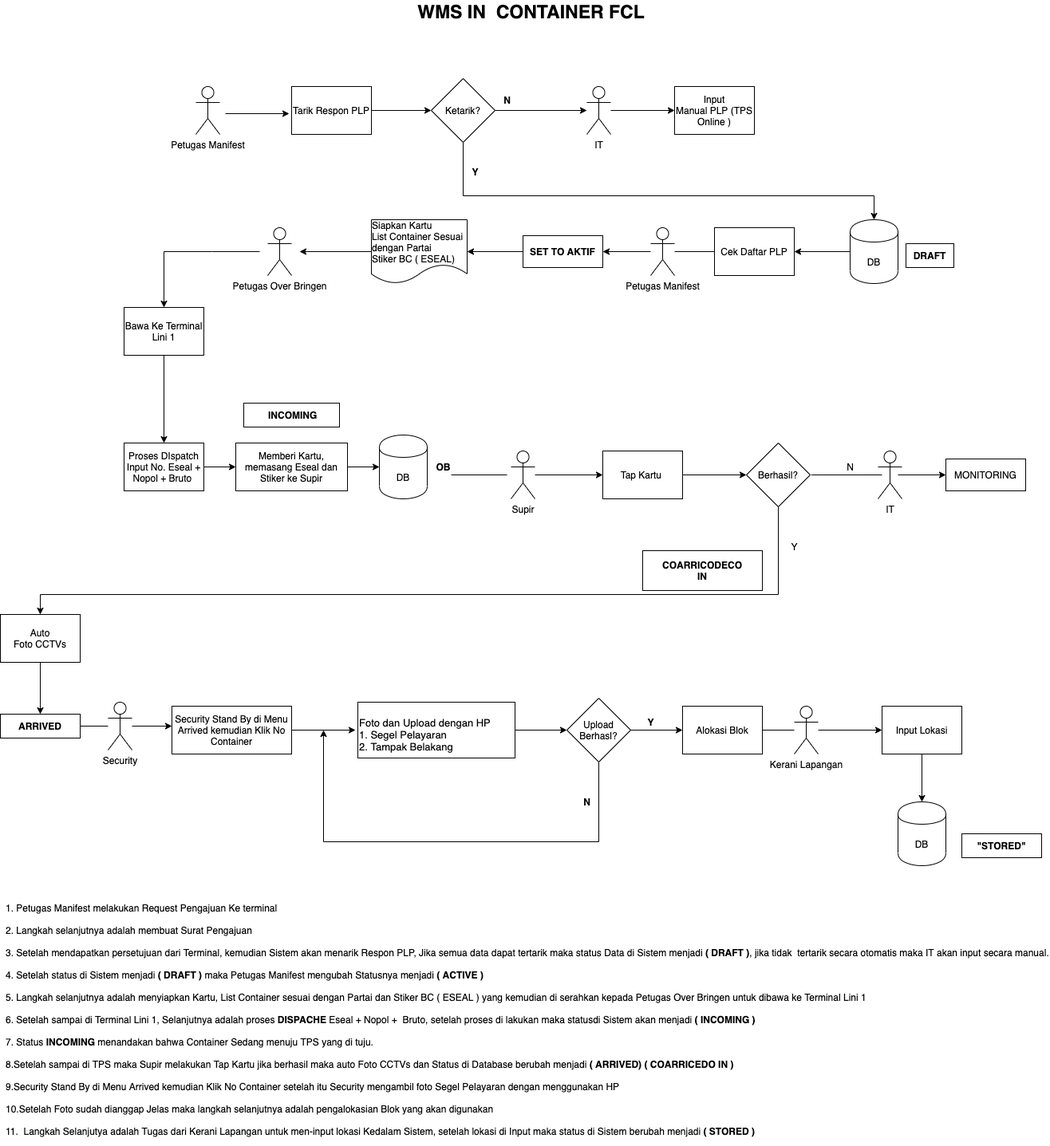
Above: img/fclin.png in sftmm/User-Manual (draw.io), before the change. Source tidied: cells renumbered, new cells last; positions are measured from the earlier drawing's top-left corner, leaving out a move shared by most shapes.
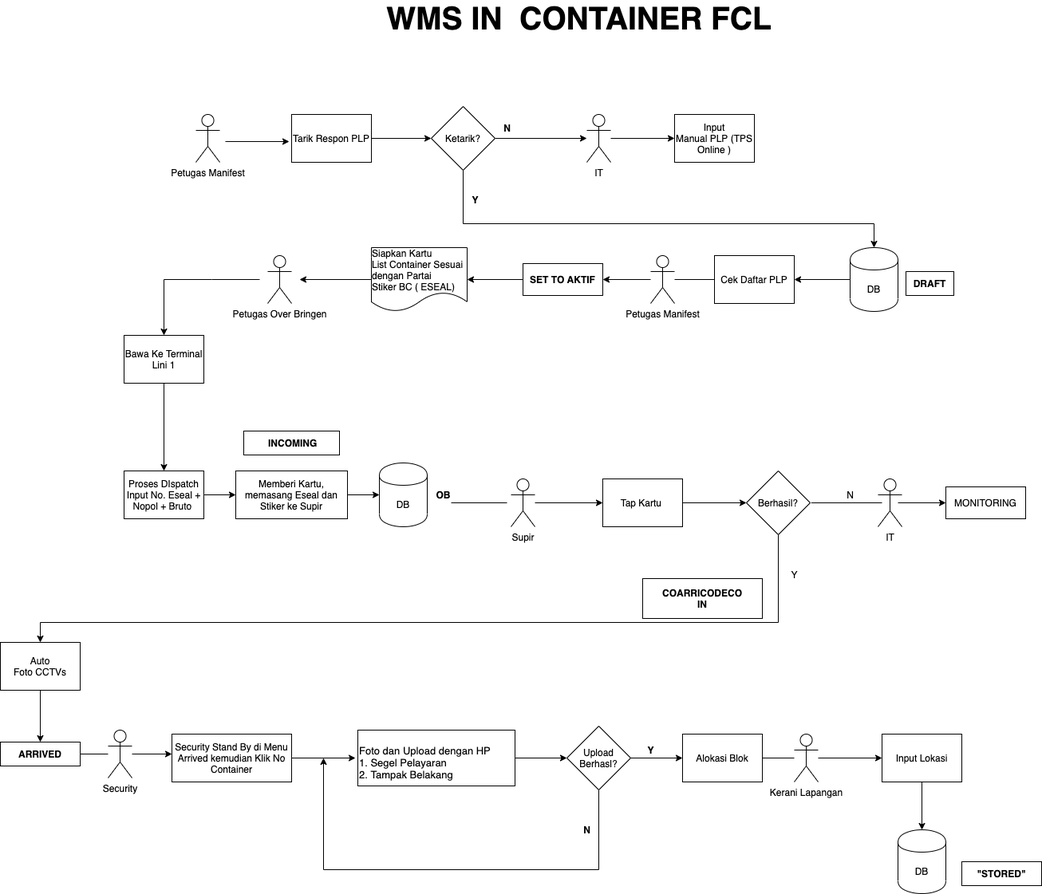
The same file after the commit.

The edit, as a diff of the source:
```diff
@@ -178,8 +178,8 @@
     <mxCell id="47" value="IT" style="shape=umlActor;verticalLabelPosition=bottom;labelBackgroundColor=#ffffff;verticalAlign=top;html=1;outlineConnect=0;" parent="1" vertex="1">
       <mxGeometry x="735" y="108" width="30" height="60" as="geometry" />
     </mxCell>
-    <mxCell id="48" value="&lt;b style=&quot;font-size: 23px&quot;&gt;&lt;font style=&quot;font-size: 23px&quot;&gt;WMS IN&amp;nbsp; CONTAINER FCL&lt;/font&gt;&lt;/b&gt;" style="text;html=1;align=center;verticalAlign=middle;fontSize=23;" parent="1" vertex="1">
-      <mxGeometry x="515" width="300" height="30" as="geometry" />
+    <mxCell id="48" value="&lt;b&gt;&lt;font style=&quot;font-size: 39px&quot;&gt;WMS IN&amp;nbsp; CONTAINER FCL&lt;/font&gt;&lt;/b&gt;" style="text;html=1;align=center;verticalAlign=middle;fontSize=23;" parent="1" vertex="1">
+      <mxGeometry x="475" y="-32" width="500" height="40" as="geometry" />
     </mxCell>
     <mxCell id="49" value="&lt;b&gt;DRAFT&lt;/b&gt;" style="rounded=0;whiteSpace=wrap;html=1;" parent="1" vertex="1">
       <mxGeometry x="1135" y="305" width="60" height="30" as="geometry" />
@@ -259,9 +259,6 @@
     <mxCell id="70" value="&lt;b&gt;N&lt;/b&gt;" style="text;html=1;align=center;verticalAlign=middle;" parent="1" vertex="1">
       <mxGeometry x="725" y="995" width="20" height="20" as="geometry" />
     </mxCell>
-    <mxCell id="71" value="1. Petugas Manifest melakukan Request Pengajuan Ke terminal&lt;br&gt;&lt;br&gt;2.&amp;nbsp;Langkah selanjutnya adalah membuat Surat Pengajuan &lt;br&gt;&lt;br&gt;3.&amp;nbsp;Setelah mendapatkan persetujuan dari Terminal, kemudian Sistem akan menarik Respon PLP, Jika semua data dapat tertarik maka status Data di Sistem menjadi &lt;b&gt;( DRAFT )&lt;/b&gt;, jika tidak&amp;nbsp; tertarik secara otomatis maka IT akan input secara manual.&lt;br&gt;&lt;br&gt;4. Setelah status di Sistem menjadi &lt;b&gt;( DRAFT )&lt;/b&gt; maka Petugas Manifest mengubah Statusnya menjadi &lt;b&gt;( ACTIVE )&lt;/b&gt; &lt;br&gt;&lt;br&gt;5.&amp;nbsp;Langkah selanjutnya adalah menyiapkan Kartu, List Container sesuai dengan Partai dan Stiker BC ( ESEAL ) yang kemudian di serahkan kepada Petugas Over Bringen untuk dibawa ke Terminal Lini 1&lt;br&gt;&lt;br&gt;6. Setelah sampai di Terminal Lini 1, Selanjutnya adalah proses &lt;b&gt;DISPACHE&lt;/b&gt; Eseal + Nopol +&amp;nbsp; Bruto, setelah proses di lakukan maka statusdi Sistem akan menjadi &lt;b&gt;( INCOMING )&lt;/b&gt;&lt;br&gt;&lt;br&gt;7.&amp;nbsp;Status &lt;b&gt;INCOMING &lt;/b&gt;menandakan bahwa Container Sedang menuju TPS yang di tuju.&lt;br&gt;&lt;br&gt;8.Setelah sampai di TPS maka Supir melakukan Tap Kartu jika berhasil maka auto Foto CCTVs dan Status di Database berubah menjadi &lt;b&gt;( ARRIVED)&amp;nbsp;( COARRICEDO IN )&lt;/b&gt;&lt;br&gt;&lt;br&gt;9.Security Stand By di Menu Arrived kemudian Klik No Container setelah itu Security mengambil foto Segel Pelayaran dengan menggunakan HP&lt;br&gt;&lt;br&gt;10.Setelah Foto sudah dianggap Jelas maka langkah selanjutnya adalah pengalokasian Blok yang akan digunakan&lt;br&gt;&lt;br&gt;11.&amp;nbsp; Langkah Selanjutya adalah Tugas dari Kerani Lapangan untuk men-input lokasi Kedalam Sistem, setelah lokasi di Input maka status di Sistem berubah menjadi &lt;b&gt;( STORED )&lt;/b&gt;" style="text;html=1;" parent="1" vertex="1">
-      <mxGeometry x="5" y="1125" width="640" height="310" as="geometry" />
-    </mxCell>
     <mxCell id="72" style="endArrow=none;html=1;entryX=0;entryY=0.5;entryDx=0;entryDy=0;" parent="1" edge="1" source="14" target="53">
       <mxGeometry relative="1" as="geometry" />
     </mxCell>
```
